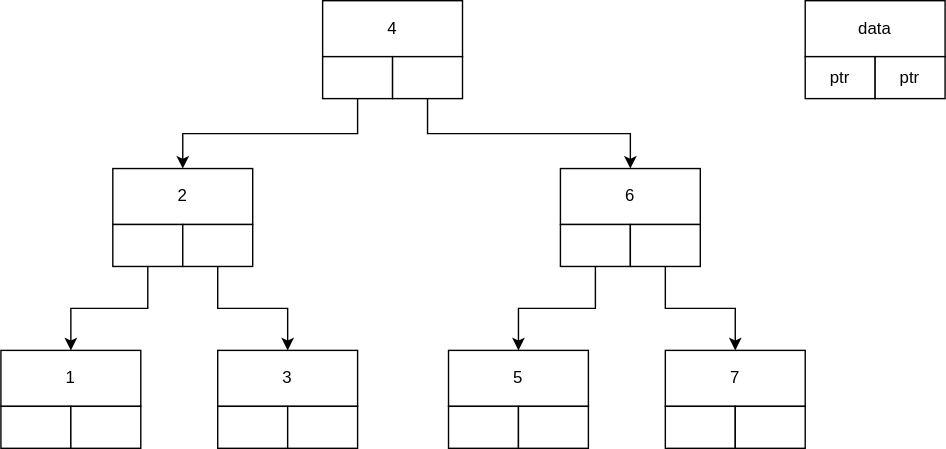
Earlier version of the draw.io export images/bst.drawio.svg (heriet/study-btree-index-on-rdbms). Source tidied: cells renumbered, new cells last; positions are measured from the earlier drawing's top-left corner, leaving out a move shared by most shapes. Its diagram source:
```xml
<mxGraphModel>
  <root>
    <mxCell id="0" />
    <mxCell id="1" parent="0" />
    <mxCell id="2" value="4" style="rounded=0;whiteSpace=wrap;html=1;" parent="1" vertex="1">
      <mxGeometry x="230" width="100" height="40" as="geometry" />
    </mxCell>
    <mxCell id="3" style="edgeStyle=orthogonalEdgeStyle;rounded=0;jettySize=auto;html=1;exitX=0.5;exitY=1;exitDx=0;exitDy=0;entryX=0.5;entryY=0;entryDx=0;entryDy=0;" parent="1" edge="1" source="4" target="7">
      <mxGeometry relative="1" as="geometry" />
    </mxCell>
    <mxCell id="4" style="rounded=0;whiteSpace=wrap;html=1;" parent="1" vertex="1">
      <mxGeometry x="230" y="40" width="50" height="30" as="geometry" />
    </mxCell>
    <mxCell id="5" style="edgeStyle=orthogonalEdgeStyle;rounded=0;jettySize=auto;html=1;exitX=0.5;exitY=1;exitDx=0;exitDy=0;" parent="1" edge="1" source="6" target="18">
      <mxGeometry relative="1" as="geometry" />
    </mxCell>
    <mxCell id="6" style="rounded=0;whiteSpace=wrap;html=1;" parent="1" vertex="1">
      <mxGeometry x="280" y="40" width="50" height="30" as="geometry" />
    </mxCell>
    <mxCell id="7" value="2" style="rounded=0;whiteSpace=wrap;html=1;" parent="1" vertex="1">
      <mxGeometry x="80" y="120" width="100" height="40" as="geometry" />
    </mxCell>
    <mxCell id="8" style="edgeStyle=orthogonalEdgeStyle;rounded=0;jettySize=auto;html=1;exitX=0.5;exitY=1;exitDx=0;exitDy=0;entryX=0.5;entryY=0;entryDx=0;entryDy=0;" parent="1" edge="1" source="9" target="12">
      <mxGeometry relative="1" as="geometry" />
    </mxCell>
    <mxCell id="9" style="rounded=0;whiteSpace=wrap;html=1;" parent="1" vertex="1">
      <mxGeometry x="80" y="160" width="50" height="30" as="geometry" />
    </mxCell>
    <mxCell id="10" style="edgeStyle=orthogonalEdgeStyle;rounded=0;jettySize=auto;html=1;exitX=0.5;exitY=1;exitDx=0;exitDy=0;entryX=0.5;entryY=0;entryDx=0;entryDy=0;" parent="1" edge="1" source="11" target="15">
      <mxGeometry relative="1" as="geometry" />
    </mxCell>
    <mxCell id="11" style="rounded=0;whiteSpace=wrap;html=1;" parent="1" vertex="1">
      <mxGeometry x="130" y="160" width="50" height="30" as="geometry" />
    </mxCell>
    <mxCell id="12" value="1" style="rounded=0;whiteSpace=wrap;html=1;" parent="1" vertex="1">
      <mxGeometry y="250" width="100" height="40" as="geometry" />
    </mxCell>
    <mxCell id="13" style="rounded=0;whiteSpace=wrap;html=1;" parent="1" vertex="1">
      <mxGeometry y="290" width="50" height="30" as="geometry" />
    </mxCell>
    <mxCell id="14" style="rounded=0;whiteSpace=wrap;html=1;" parent="1" vertex="1">
      <mxGeometry x="50" y="290" width="50" height="30" as="geometry" />
    </mxCell>
    <mxCell id="15" value="3" style="rounded=0;whiteSpace=wrap;html=1;" parent="1" vertex="1">
      <mxGeometry x="155" y="250" width="100" height="40" as="geometry" />
    </mxCell>
    <mxCell id="16" style="rounded=0;whiteSpace=wrap;html=1;" parent="1" vertex="1">
      <mxGeometry x="155" y="290" width="50" height="30" as="geometry" />
    </mxCell>
    <mxCell id="17" style="rounded=0;whiteSpace=wrap;html=1;" parent="1" vertex="1">
      <mxGeometry x="205" y="290" width="50" height="30" as="geometry" />
    </mxCell>
    <mxCell id="18" value="6" style="rounded=0;whiteSpace=wrap;html=1;" parent="1" vertex="1">
      <mxGeometry x="400" y="120" width="100" height="40" as="geometry" />
    </mxCell>
    <mxCell id="19" style="edgeStyle=orthogonalEdgeStyle;rounded=0;jettySize=auto;html=1;exitX=0.5;exitY=1;exitDx=0;exitDy=0;entryX=0.5;entryY=0;entryDx=0;entryDy=0;" parent="1" edge="1" source="20" target="23">
      <mxGeometry relative="1" as="geometry" />
    </mxCell>
    <mxCell id="20" style="rounded=0;whiteSpace=wrap;html=1;" parent="1" vertex="1">
      <mxGeometry x="400" y="160" width="50" height="30" as="geometry" />
    </mxCell>
    <mxCell id="21" style="edgeStyle=orthogonalEdgeStyle;rounded=0;jettySize=auto;html=1;exitX=0.5;exitY=1;exitDx=0;exitDy=0;entryX=0.5;entryY=0;entryDx=0;entryDy=0;" parent="1" edge="1" source="22" target="26">
      <mxGeometry relative="1" as="geometry" />
    </mxCell>
    <mxCell id="22" style="rounded=0;whiteSpace=wrap;html=1;" parent="1" vertex="1">
      <mxGeometry x="450" y="160" width="50" height="30" as="geometry" />
    </mxCell>
    <mxCell id="23" value="5" style="rounded=0;whiteSpace=wrap;html=1;" parent="1" vertex="1">
      <mxGeometry x="320" y="250" width="100" height="40" as="geometry" />
    </mxCell>
    <mxCell id="24" style="rounded=0;whiteSpace=wrap;html=1;" parent="1" vertex="1">
      <mxGeometry x="320" y="290" width="50" height="30" as="geometry" />
    </mxCell>
    <mxCell id="25" style="rounded=0;whiteSpace=wrap;html=1;" parent="1" vertex="1">
      <mxGeometry x="370" y="290" width="50" height="30" as="geometry" />
    </mxCell>
    <mxCell id="26" value="7" style="rounded=0;whiteSpace=wrap;html=1;" parent="1" vertex="1">
      <mxGeometry x="475" y="250" width="100" height="40" as="geometry" />
    </mxCell>
    <mxCell id="27" style="rounded=0;whiteSpace=wrap;html=1;" parent="1" vertex="1">
      <mxGeometry x="475" y="290" width="50" height="30" as="geometry" />
    </mxCell>
    <mxCell id="28" style="rounded=0;whiteSpace=wrap;html=1;" parent="1" vertex="1">
      <mxGeometry x="525" y="290" width="50" height="30" as="geometry" />
    </mxCell>
    <mxCell id="29" value="data" style="rounded=0;whiteSpace=wrap;html=1;" parent="1" vertex="1">
      <mxGeometry x="575" width="100" height="40" as="geometry" />
    </mxCell>
    <mxCell id="30" value="ptr" style="rounded=0;whiteSpace=wrap;html=1;" parent="1" vertex="1">
      <mxGeometry x="575" y="40" width="50" height="30" as="geometry" />
    </mxCell>
    <mxCell id="31" value="ptr" style="rounded=0;whiteSpace=wrap;html=1;" parent="1" vertex="1">
      <mxGeometry x="625" y="40" width="50" height="30" as="geometry" />
    </mxCell>
  </root>
</mxGraphModel>
```
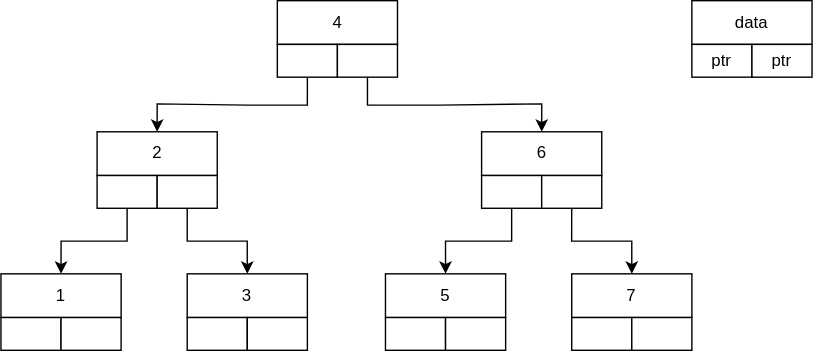
Later version of the same file.

The edit, as a diff of the source:
```diff
@@ -2,95 +2,98 @@
   <root>
     <mxCell id="0" />
     <mxCell id="1" parent="0" />
+    <mxCell id="32" style="group;" parent="1" vertex="1">
+      <mxGeometry width="580" height="250" as="geometry" />
+    </mxCell>
-    <mxCell id="2" value="4" style="rounded=0;whiteSpace=wrap;html=1;" parent="1" vertex="1">
-      <mxGeometry x="230" width="100" height="40" as="geometry" />
+    <mxCell id="2" value="4" style="rounded=0;whiteSpace=wrap;html=1;" parent="32" vertex="1">
+      <mxGeometry x="197.6" width="85.9" height="31.2" as="geometry" />
     </mxCell>
-    <mxCell id="3" style="edgeStyle=orthogonalEdgeStyle;rounded=0;jettySize=auto;html=1;exitX=0.5;exitY=1;exitDx=0;exitDy=0;entryX=0.5;entryY=0;entryDx=0;entryDy=0;" parent="1" edge="1" source="4" target="7">
-      <mxGeometry relative="1" as="geometry" />
-    </mxCell>
-    <mxCell id="4" style="rounded=0;whiteSpace=wrap;html=1;" parent="1" vertex="1">
-      <mxGeometry x="230" y="40" width="50" height="30" as="geometry" />
+    <mxCell id="4" style="rounded=0;whiteSpace=wrap;html=1;" parent="32" vertex="1">
+      <mxGeometry x="197.6" y="31.2" width="43" height="23.4" as="geometry" />
     </mxCell>
-    <mxCell id="5" style="edgeStyle=orthogonalEdgeStyle;rounded=0;jettySize=auto;html=1;exitX=0.5;exitY=1;exitDx=0;exitDy=0;" parent="1" edge="1" source="6" target="18">
-      <mxGeometry relative="1" as="geometry" />
-    </mxCell>
-    <mxCell id="6" style="rounded=0;whiteSpace=wrap;html=1;" parent="1" vertex="1">
-      <mxGeometry x="280" y="40" width="50" height="30" as="geometry" />
+    <mxCell id="6" style="rounded=0;whiteSpace=wrap;html=1;" parent="32" vertex="1">
+      <mxGeometry x="240.6" y="31.2" width="43" height="23.4" as="geometry" />
     </mxCell>
-    <mxCell id="7" value="2" style="rounded=0;whiteSpace=wrap;html=1;" parent="1" vertex="1">
-      <mxGeometry x="80" y="120" width="100" height="40" as="geometry" />
+    <mxCell id="7" value="2" style="rounded=0;whiteSpace=wrap;html=1;" parent="32" vertex="1">
+      <mxGeometry x="68.7" y="93.8" width="85.9" height="31.2" as="geometry" />
     </mxCell>
-    <mxCell id="8" style="edgeStyle=orthogonalEdgeStyle;rounded=0;jettySize=auto;html=1;exitX=0.5;exitY=1;exitDx=0;exitDy=0;entryX=0.5;entryY=0;entryDx=0;entryDy=0;" parent="1" edge="1" source="9" target="12">
-      <mxGeometry relative="1" as="geometry" />
-    </mxCell>
+    <mxCell id="3" style="edgeStyle=orthogonalEdgeStyle;rounded=0;jettySize=auto;html=1;exitX=0.5;exitY=1;exitDx=0;exitDy=0;entryX=0.5;entryY=0;entryDx=0;entryDy=0;" parent="32" edge="1" source="4" target="7">
+      <mxGeometry relative="1" as="geometry" />
+    </mxCell>
-    <mxCell id="9" style="rounded=0;whiteSpace=wrap;html=1;" parent="1" vertex="1">
-      <mxGeometry x="80" y="160" width="50" height="30" as="geometry" />
+    <mxCell id="9" style="rounded=0;whiteSpace=wrap;html=1;" parent="32" vertex="1">
+      <mxGeometry x="68.7" y="125" width="43" height="23.4" as="geometry" />
     </mxCell>
-    <mxCell id="10" style="edgeStyle=orthogonalEdgeStyle;rounded=0;jettySize=auto;html=1;exitX=0.5;exitY=1;exitDx=0;exitDy=0;entryX=0.5;entryY=0;entryDx=0;entryDy=0;" parent="1" edge="1" source="11" target="15">
-      <mxGeometry relative="1" as="geometry" />
-    </mxCell>
-    <mxCell id="11" style="rounded=0;whiteSpace=wrap;html=1;" parent="1" vertex="1">
-      <mxGeometry x="130" y="160" width="50" height="30" as="geometry" />
+    <mxCell id="11" style="rounded=0;whiteSpace=wrap;html=1;" parent="32" vertex="1">
+      <mxGeometry x="111.7" y="125" width="43" height="23.4" as="geometry" />
     </mxCell>
-    <mxCell id="12" value="1" style="rounded=0;whiteSpace=wrap;html=1;" parent="1" vertex="1">
-      <mxGeometry y="250" width="100" height="40" as="geometry" />
+    <mxCell id="12" value="1" style="rounded=0;whiteSpace=wrap;html=1;" parent="32" vertex="1">
+      <mxGeometry y="195.3" width="85.9" height="31.2" as="geometry" />
     </mxCell>
+    <mxCell id="8" style="edgeStyle=orthogonalEdgeStyle;rounded=0;jettySize=auto;html=1;exitX=0.5;exitY=1;exitDx=0;exitDy=0;entryX=0.5;entryY=0;entryDx=0;entryDy=0;" parent="32" edge="1" source="9" target="12">
+      <mxGeometry relative="1" as="geometry" />
+    </mxCell>
-    <mxCell id="13" style="rounded=0;whiteSpace=wrap;html=1;" parent="1" vertex="1">
-      <mxGeometry y="290" width="50" height="30" as="geometry" />
+    <mxCell id="13" style="rounded=0;whiteSpace=wrap;html=1;" parent="32" vertex="1">
+      <mxGeometry y="226.6" width="43" height="23.4" as="geometry" />
     </mxCell>
-    <mxCell id="14" style="rounded=0;whiteSpace=wrap;html=1;" parent="1" vertex="1">
-      <mxGeometry x="50" y="290" width="50" height="30" as="geometry" />
+    <mxCell id="14" style="rounded=0;whiteSpace=wrap;html=1;" parent="32" vertex="1">
+      <mxGeometry x="43" y="226.6" width="43" height="23.4" as="geometry" />
     </mxCell>
-    <mxCell id="15" value="3" style="rounded=0;whiteSpace=wrap;html=1;" parent="1" vertex="1">
-      <mxGeometry x="155" y="250" width="100" height="40" as="geometry" />
+    <mxCell id="15" value="3" style="rounded=0;whiteSpace=wrap;html=1;" parent="32" vertex="1">
+      <mxGeometry x="133.2" y="195.3" width="85.9" height="31.2" as="geometry" />
     </mxCell>
+    <mxCell id="10" style="edgeStyle=orthogonalEdgeStyle;rounded=0;jettySize=auto;html=1;exitX=0.5;exitY=1;exitDx=0;exitDy=0;entryX=0.5;entryY=0;entryDx=0;entryDy=0;" parent="32" edge="1" source="11" target="15">
+      <mxGeometry relative="1" as="geometry" />
+    </mxCell>
-    <mxCell id="16" style="rounded=0;whiteSpace=wrap;html=1;" parent="1" vertex="1">
-      <mxGeometry x="155" y="290" width="50" height="30" as="geometry" />
+    <mxCell id="16" style="rounded=0;whiteSpace=wrap;html=1;" parent="32" vertex="1">
+      <mxGeometry x="133.2" y="226.6" width="43" height="23.4" as="geometry" />
     </mxCell>
-    <mxCell id="17" style="rounded=0;whiteSpace=wrap;html=1;" parent="1" vertex="1">
-      <mxGeometry x="205" y="290" width="50" height="30" as="geometry" />
+    <mxCell id="17" style="rounded=0;whiteSpace=wrap;html=1;" parent="32" vertex="1">
+      <mxGeometry x="176.1" y="226.6" width="43" height="23.4" as="geometry" />
     </mxCell>
-    <mxCell id="18" value="6" style="rounded=0;whiteSpace=wrap;html=1;" parent="1" vertex="1">
-      <mxGeometry x="400" y="120" width="100" height="40" as="geometry" />
+    <mxCell id="18" value="6" style="rounded=0;whiteSpace=wrap;html=1;" parent="32" vertex="1">
+      <mxGeometry x="343.7" y="93.8" width="85.9" height="31.2" as="geometry" />
     </mxCell>
-    <mxCell id="19" style="edgeStyle=orthogonalEdgeStyle;rounded=0;jettySize=auto;html=1;exitX=0.5;exitY=1;exitDx=0;exitDy=0;entryX=0.5;entryY=0;entryDx=0;entryDy=0;" parent="1" edge="1" source="20" target="23">
-      <mxGeometry relative="1" as="geometry" />
-    </mxCell>
+    <mxCell id="5" style="edgeStyle=orthogonalEdgeStyle;rounded=0;jettySize=auto;html=1;exitX=0.5;exitY=1;exitDx=0;exitDy=0;" parent="32" edge="1" source="6" target="18">
+      <mxGeometry relative="1" as="geometry" />
+    </mxCell>
-    <mxCell id="20" style="rounded=0;whiteSpace=wrap;html=1;" parent="1" vertex="1">
-      <mxGeometry x="400" y="160" width="50" height="30" as="geometry" />
+    <mxCell id="20" style="rounded=0;whiteSpace=wrap;html=1;" parent="32" vertex="1">
+      <mxGeometry x="343.7" y="125" width="43" height="23.4" as="geometry" />
     </mxCell>
-    <mxCell id="21" style="edgeStyle=orthogonalEdgeStyle;rounded=0;jettySize=auto;html=1;exitX=0.5;exitY=1;exitDx=0;exitDy=0;entryX=0.5;entryY=0;entryDx=0;entryDy=0;" parent="1" edge="1" source="22" target="26">
-      <mxGeometry relative="1" as="geometry" />
-    </mxCell>
-    <mxCell id="22" style="rounded=0;whiteSpace=wrap;html=1;" parent="1" vertex="1">
-      <mxGeometry x="450" y="160" width="50" height="30" as="geometry" />
+    <mxCell id="22" style="rounded=0;whiteSpace=wrap;html=1;" parent="32" vertex="1">
+      <mxGeometry x="386.7" y="125" width="43" height="23.4" as="geometry" />
     </mxCell>
-    <mxCell id="23" value="5" style="rounded=0;whiteSpace=wrap;html=1;" parent="1" vertex="1">
-      <mxGeometry x="320" y="250" width="100" height="40" as="geometry" />
+    <mxCell id="23" value="5" style="rounded=0;whiteSpace=wrap;html=1;" parent="32" vertex="1">
+      <mxGeometry x="275" y="195.3" width="85.9" height="31.2" as="geometry" />
     </mxCell>
+    <mxCell id="19" style="edgeStyle=orthogonalEdgeStyle;rounded=0;jettySize=auto;html=1;exitX=0.5;exitY=1;exitDx=0;exitDy=0;entryX=0.5;entryY=0;entryDx=0;entryDy=0;" parent="32" edge="1" source="20" target="23">
+      <mxGeometry relative="1" as="geometry" />
+    </mxCell>
-    <mxCell id="24" style="rounded=0;whiteSpace=wrap;html=1;" parent="1" vertex="1">
-      <mxGeometry x="320" y="290" width="50" height="30" as="geometry" />
+    <mxCell id="24" style="rounded=0;whiteSpace=wrap;html=1;" parent="32" vertex="1">
+      <mxGeometry x="275" y="226.6" width="43" height="23.4" as="geometry" />
     </mxCell>
-    <mxCell id="25" style="rounded=0;whiteSpace=wrap;html=1;" parent="1" vertex="1">
-      <mxGeometry x="370" y="290" width="50" height="30" as="geometry" />
+    <mxCell id="25" style="rounded=0;whiteSpace=wrap;html=1;" parent="32" vertex="1">
+      <mxGeometry x="317.9" y="226.6" width="43" height="23.4" as="geometry" />
     </mxCell>
-    <mxCell id="26" value="7" style="rounded=0;whiteSpace=wrap;html=1;" parent="1" vertex="1">
-      <mxGeometry x="475" y="250" width="100" height="40" as="geometry" />
+    <mxCell id="26" value="7" style="rounded=0;whiteSpace=wrap;html=1;" parent="32" vertex="1">
+      <mxGeometry x="408.1" y="195.3" width="85.9" height="31.2" as="geometry" />
     </mxCell>
+    <mxCell id="21" style="edgeStyle=orthogonalEdgeStyle;rounded=0;jettySize=auto;html=1;exitX=0.5;exitY=1;exitDx=0;exitDy=0;entryX=0.5;entryY=0;entryDx=0;entryDy=0;" parent="32" edge="1" source="22" target="26">
+      <mxGeometry relative="1" as="geometry" />
+    </mxCell>
-    <mxCell id="27" style="rounded=0;whiteSpace=wrap;html=1;" parent="1" vertex="1">
-      <mxGeometry x="475" y="290" width="50" height="30" as="geometry" />
+    <mxCell id="27" style="rounded=0;whiteSpace=wrap;html=1;" parent="32" vertex="1">
+      <mxGeometry x="408.1" y="226.6" width="43" height="23.4" as="geometry" />
     </mxCell>
-    <mxCell id="28" style="rounded=0;whiteSpace=wrap;html=1;" parent="1" vertex="1">
-      <mxGeometry x="525" y="290" width="50" height="30" as="geometry" />
+    <mxCell id="28" style="rounded=0;whiteSpace=wrap;html=1;" parent="32" vertex="1">
+      <mxGeometry x="451.1" y="226.6" width="43" height="23.4" as="geometry" />
     </mxCell>
-    <mxCell id="29" value="data" style="rounded=0;whiteSpace=wrap;html=1;" parent="1" vertex="1">
-      <mxGeometry x="575" width="100" height="40" as="geometry" />
+    <mxCell id="29" value="data" style="rounded=0;whiteSpace=wrap;html=1;" parent="32" vertex="1">
+      <mxGeometry x="494.1" width="85.9" height="31.2" as="geometry" />
     </mxCell>
-    <mxCell id="30" value="ptr" style="rounded=0;whiteSpace=wrap;html=1;" parent="1" vertex="1">
-      <mxGeometry x="575" y="40" width="50" height="30" as="geometry" />
+    <mxCell id="30" value="ptr" style="rounded=0;whiteSpace=wrap;html=1;" parent="32" vertex="1">
+      <mxGeometry x="494.1" y="31.2" width="43" height="23.4" as="geometry" />
     </mxCell>
-    <mxCell id="31" value="ptr" style="rounded=0;whiteSpace=wrap;html=1;" parent="1" vertex="1">
-      <mxGeometry x="625" y="40" width="50" height="30" as="geometry" />
+    <mxCell id="31" value="ptr" style="rounded=0;whiteSpace=wrap;html=1;" parent="32" vertex="1">
+      <mxGeometry x="537" y="31.2" width="43" height="23.4" as="geometry" />
     </mxCell>
   </root>
 </mxGraphModel>
```
